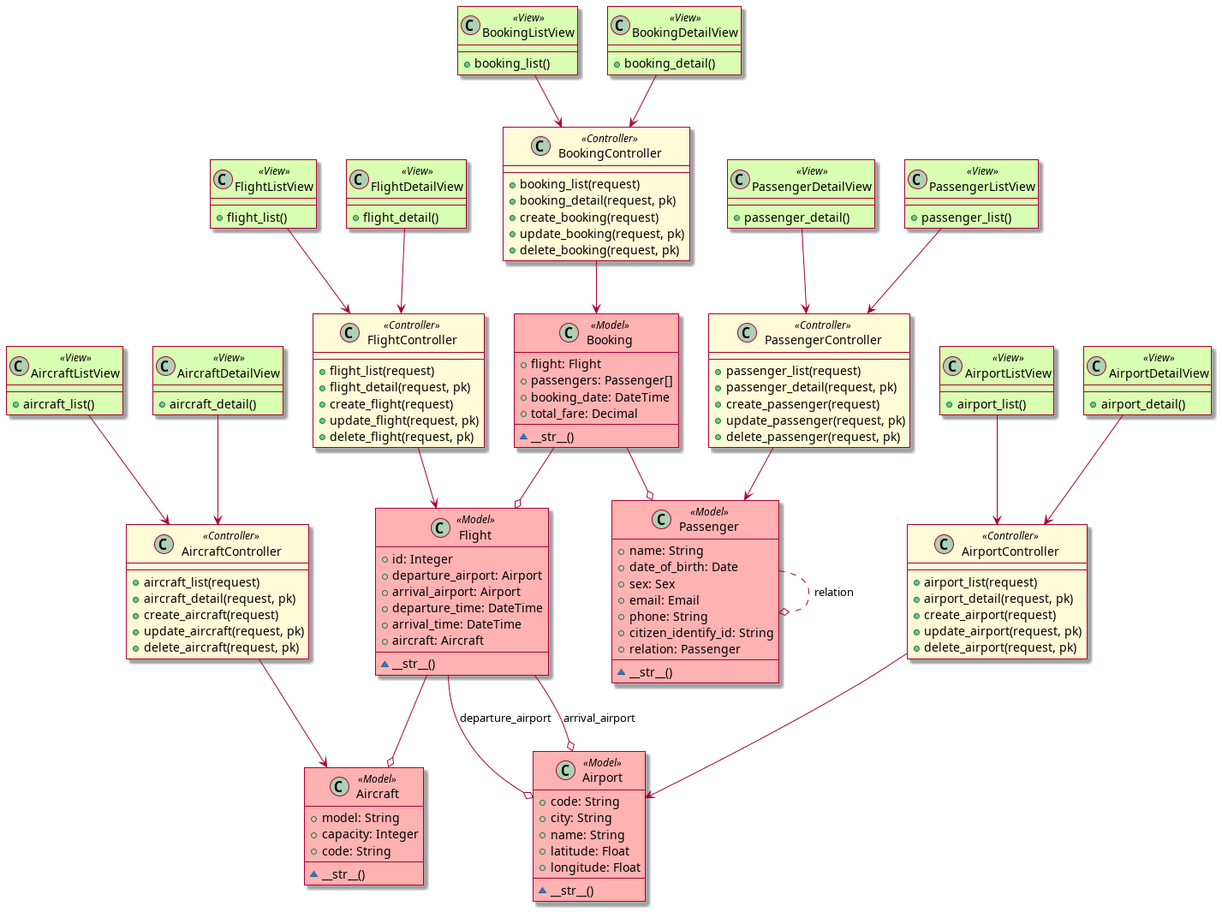
Earlier version of the PlantUML export documents/class-uml.png (t-pk/aviation-management-project).
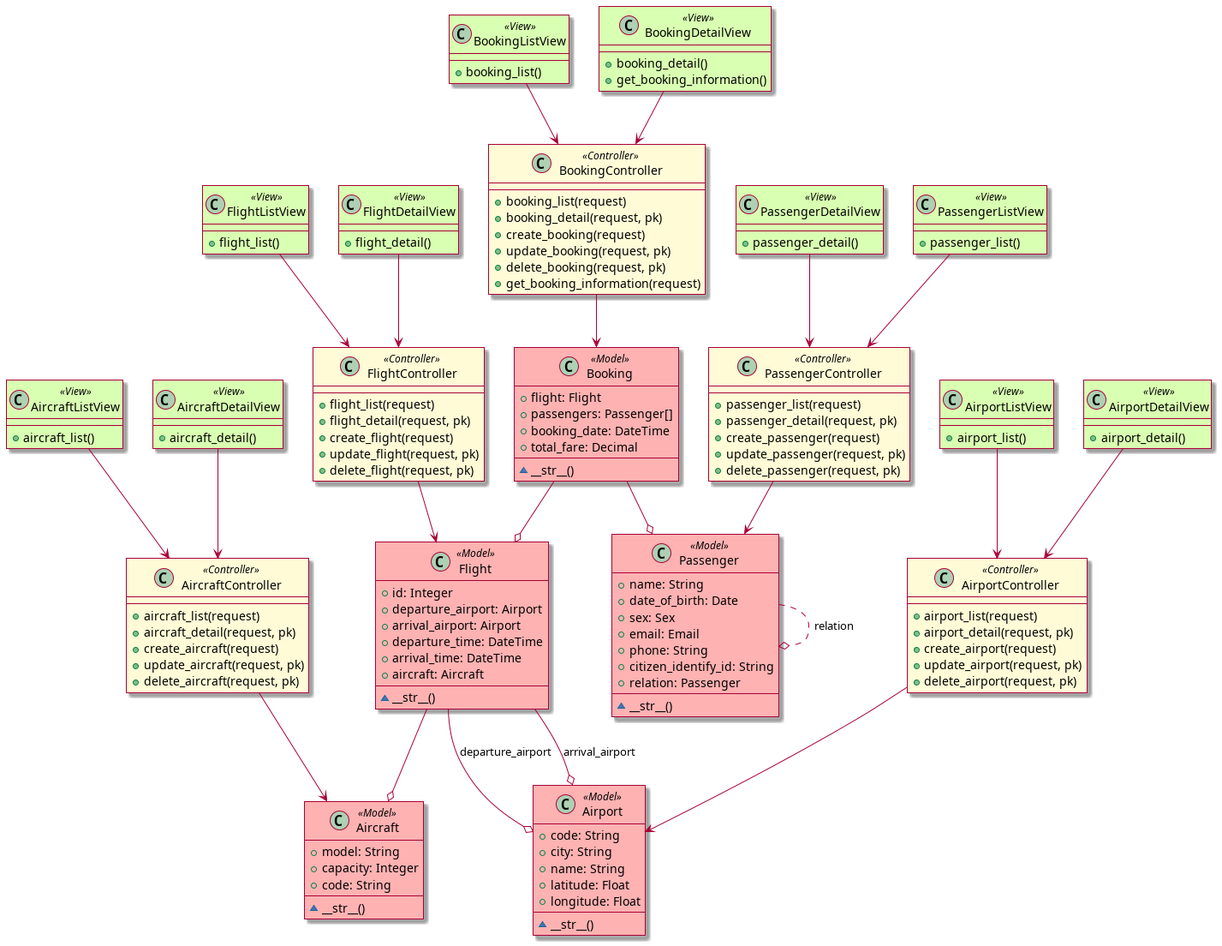
Later version of the same file.

What changed in the source:
```diff
@@ -98,6 +98,7 @@
 
 class BookingDetailView<<View>> {
     + booking_detail()
+    + get_booking_information()
 }
 
 class FlightController<<Controller>> {
@@ -138,6 +139,7 @@
     + create_booking(request)
     + update_booking(request, pk)
     + delete_booking(request, pk)
+    + get_booking_information(request)
 }
 
 FlightListView --> FlightController
```
